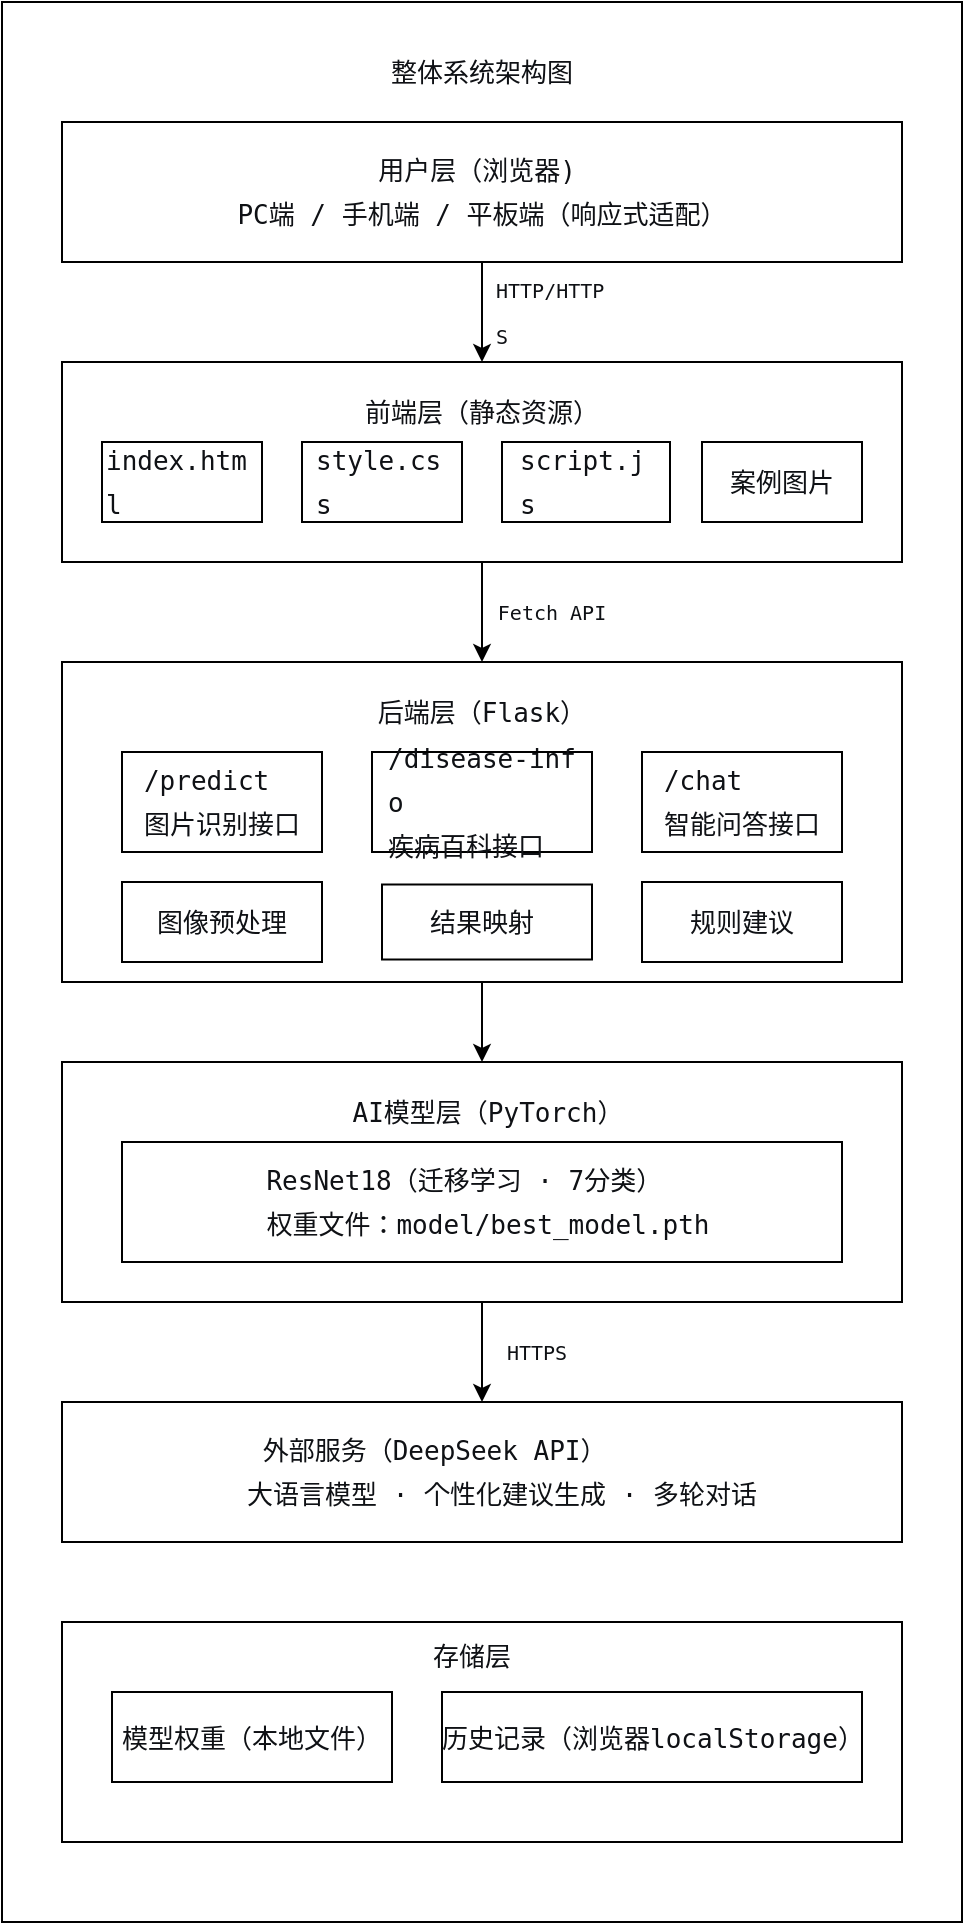
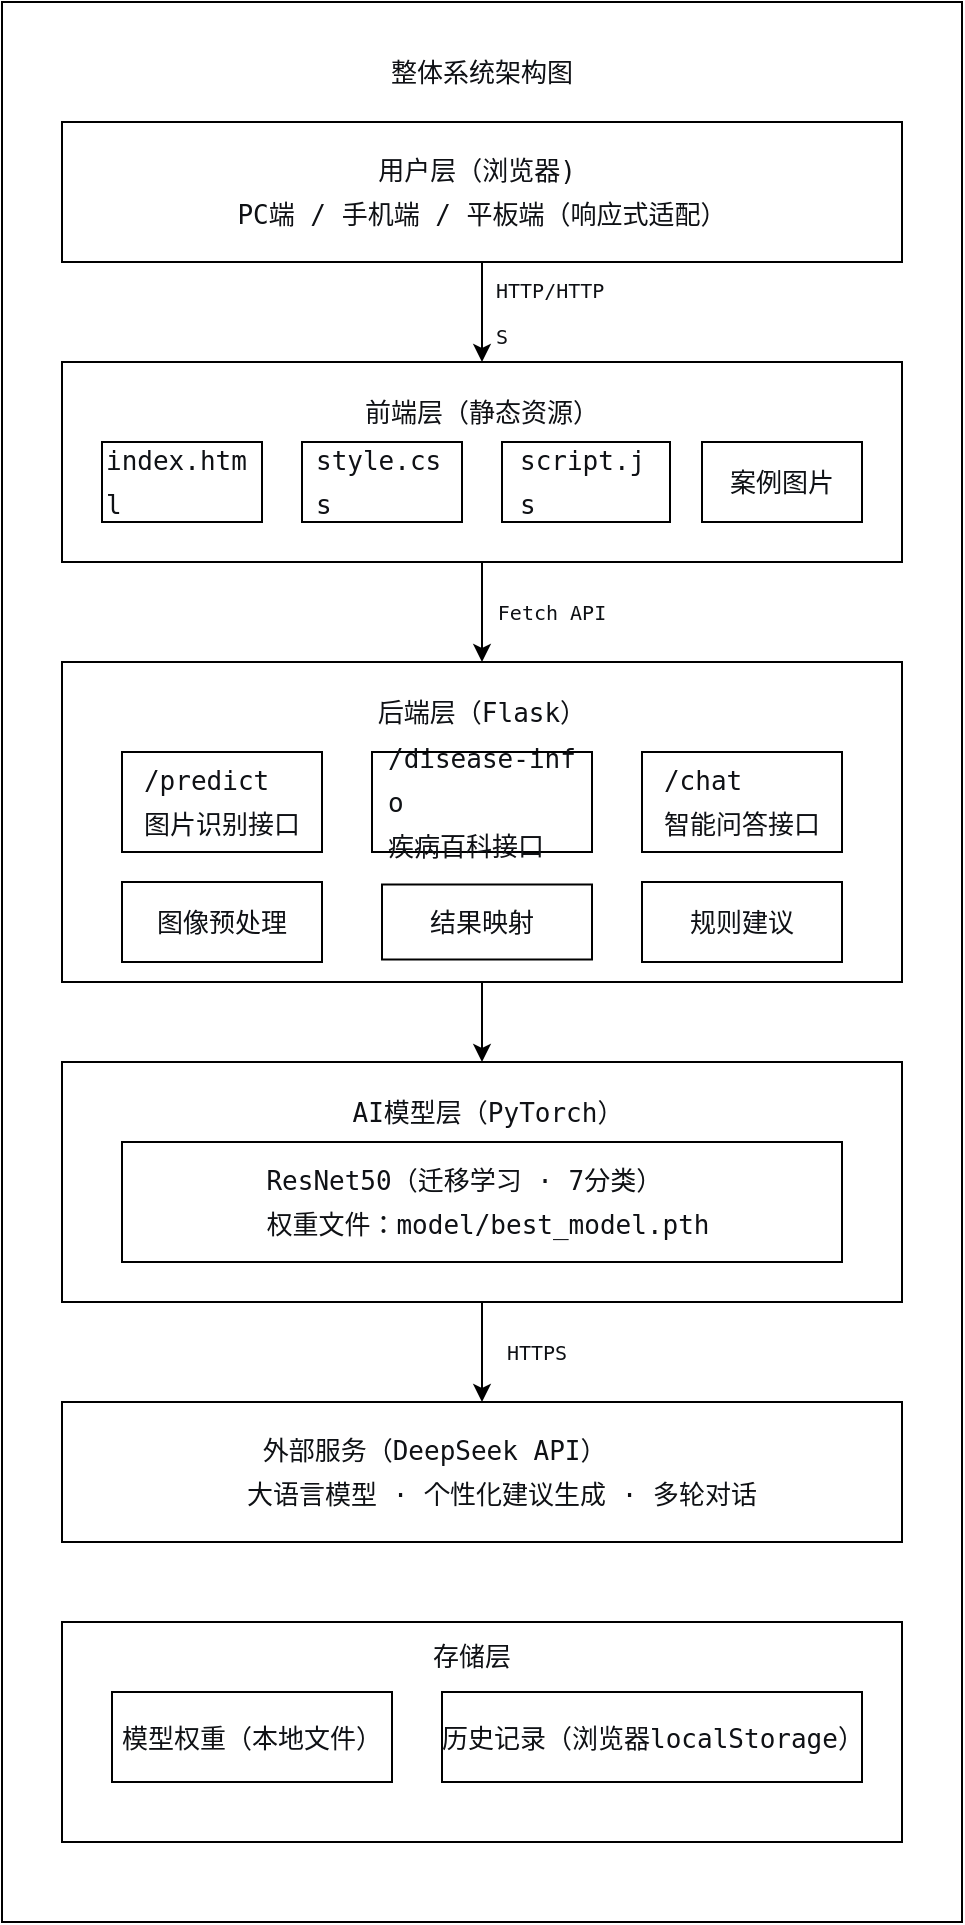
<mxfile host="app.diagrams.net">
  <diagram name="第 1 页" id="mS-341lgkgW4MZes72cV">
-     <mxGraphModel dx="986" dy="700" grid="1" gridSize="10" guides="1" tooltips="1" connect="1" arrows="1" fold="1" page="1" pageScale="1" pageWidth="827" pageHeight="1169" math="0" shadow="0">
+     <mxGraphModel dx="1409" dy="1000" grid="1" gridSize="10" guides="1" tooltips="1" connect="1" arrows="1" fold="1" page="1" pageScale="1" pageWidth="827" pageHeight="1169" math="0" shadow="0">
      <root>
        <mxCell id="0" />
        <mxCell id="1" parent="0" />
        <mxCell id="belzTmPUKU7O7NqV-zVO-1" parent="1" style="rounded=0;whiteSpace=wrap;html=1;" value="" vertex="1">
          <mxGeometry height="960" width="480" x="150" y="10" as="geometry" />
        </mxCell>
        <mxCell id="belzTmPUKU7O7NqV-zVO-10" edge="1" parent="1" source="belzTmPUKU7O7NqV-zVO-2" style="edgeStyle=orthogonalEdgeStyle;rounded=0;orthogonalLoop=1;jettySize=auto;html=1;" target="belzTmPUKU7O7NqV-zVO-3" value="">
          <mxGeometry relative="1" as="geometry" />
        </mxCell>
        <mxCell id="belzTmPUKU7O7NqV-zVO-2" parent="1" style="rounded=0;whiteSpace=wrap;html=1;" value="" vertex="1">
          <mxGeometry height="70" width="420" x="180" y="70" as="geometry" />
        </mxCell>
        <mxCell id="belzTmPUKU7O7NqV-zVO-22" edge="1" parent="1" source="belzTmPUKU7O7NqV-zVO-3" style="edgeStyle=orthogonalEdgeStyle;rounded=0;orthogonalLoop=1;jettySize=auto;html=1;" target="belzTmPUKU7O7NqV-zVO-4" value="">
          <mxGeometry relative="1" as="geometry" />
        </mxCell>
        <mxCell id="belzTmPUKU7O7NqV-zVO-3" parent="1" style="rounded=0;whiteSpace=wrap;html=1;" value="" vertex="1">
          <mxGeometry height="100" width="420" x="180" y="190" as="geometry" />
        </mxCell>
        <mxCell id="belzTmPUKU7O7NqV-zVO-39" edge="1" parent="1" source="belzTmPUKU7O7NqV-zVO-4" style="edgeStyle=orthogonalEdgeStyle;rounded=0;orthogonalLoop=1;jettySize=auto;html=1;" target="belzTmPUKU7O7NqV-zVO-6" value="">
          <mxGeometry relative="1" as="geometry" />
        </mxCell>
        <mxCell id="belzTmPUKU7O7NqV-zVO-4" parent="1" style="rounded=0;whiteSpace=wrap;html=1;" value="" vertex="1">
          <mxGeometry height="160" width="420" x="180" y="340" as="geometry" />
        </mxCell>
        <mxCell id="belzTmPUKU7O7NqV-zVO-5" parent="1" style="rounded=0;whiteSpace=wrap;html=1;" value="" vertex="1">
          <mxGeometry height="110" width="420" x="180" y="820" as="geometry" />
        </mxCell>
        <mxCell id="belzTmPUKU7O7NqV-zVO-40" edge="1" parent="1" source="belzTmPUKU7O7NqV-zVO-6" style="edgeStyle=orthogonalEdgeStyle;rounded=0;orthogonalLoop=1;jettySize=auto;html=1;" target="belzTmPUKU7O7NqV-zVO-7" value="">
          <mxGeometry relative="1" as="geometry" />
        </mxCell>
        <mxCell id="belzTmPUKU7O7NqV-zVO-6" parent="1" style="rounded=0;whiteSpace=wrap;html=1;" value="" vertex="1">
          <mxGeometry height="120" width="420" x="180" y="540" as="geometry" />
        </mxCell>
        <mxCell id="belzTmPUKU7O7NqV-zVO-7" parent="1" style="rounded=0;whiteSpace=wrap;html=1;" value="" vertex="1">
          <mxGeometry height="70" width="420" x="180" y="710" as="geometry" />
        </mxCell>
        <mxCell id="belzTmPUKU7O7NqV-zVO-8" parent="1" style="text;html=1;whiteSpace=wrap;strokeColor=none;fillColor=none;align=center;verticalAlign=middle;rounded=0;" value="&lt;pre style=&quot;font-style: normal; font-variant: normal; font-size-adjust: none; font-language-override: normal; font-kerning: auto; font-optical-sizing: auto; font-feature-settings: normal; font-variation-settings: normal; font-stretch: normal; font-size: 13px; line-height: 22px; font-family: Menlo, Monaco, Consolas, &amp;quot;Cascadia Mono&amp;quot;, &amp;quot;Ubuntu Mono&amp;quot;, &amp;quot;DejaVu Sans Mono&amp;quot;, &amp;quot;Liberation Mono&amp;quot;, &amp;quot;JetBrains Mono&amp;quot;, &amp;quot;Fira Code&amp;quot;, Cousine, &amp;quot;Roboto Mono&amp;quot;, &amp;quot;Courier New&amp;quot;, Courier, sans-serif, system-ui; overflow: auto; white-space: pre-wrap; word-break: break-all; padding: 16px; color: rgb(15, 17, 21); text-align: start; margin: 0px !important;&quot;&gt;整体系统架构图&lt;/pre&gt;" vertex="1">
          <mxGeometry height="30" width="140" x="320" y="30" as="geometry" />
        </mxCell>
        <mxCell id="belzTmPUKU7O7NqV-zVO-9" parent="1" style="text;html=1;whiteSpace=wrap;strokeColor=none;fillColor=none;align=center;verticalAlign=middle;rounded=0;" value="&lt;pre style=&quot;font-style: normal; font-variant: normal; font-size-adjust: none; font-language-override: normal; font-kerning: auto; font-optical-sizing: auto; font-feature-settings: normal; font-variation-settings: normal; font-stretch: normal; font-size: 13px; line-height: 22px; font-family: Menlo, Monaco, Consolas, &amp;quot;Cascadia Mono&amp;quot;, &amp;quot;Ubuntu Mono&amp;quot;, &amp;quot;DejaVu Sans Mono&amp;quot;, &amp;quot;Liberation Mono&amp;quot;, &amp;quot;JetBrains Mono&amp;quot;, &amp;quot;Fira Code&amp;quot;, Cousine, &amp;quot;Roboto Mono&amp;quot;, &amp;quot;Courier New&amp;quot;, Courier, sans-serif, system-ui; overflow: auto; white-space: pre-wrap; word-break: break-all; padding: 16px; color: rgb(15, 17, 21); text-align: start; margin: 0px !important;&quot;&gt;         用户层（浏览器)&lt;br&gt;PC端 / 手机端 / 平板端（响应式适配）&lt;/pre&gt;" vertex="1">
          <mxGeometry height="30" width="280" x="250" y="90" as="geometry" />
        </mxCell>
        <mxCell id="belzTmPUKU7O7NqV-zVO-12" parent="1" style="text;html=1;whiteSpace=wrap;strokeColor=none;fillColor=none;align=center;verticalAlign=middle;rounded=0;" value="&lt;pre style=&quot;font-style: normal; font-variant: normal; font-size-adjust: none; font-language-override: normal; font-kerning: auto; font-optical-sizing: auto; font-feature-settings: normal; font-variation-settings: normal; font-stretch: normal; line-height: 22px; font-family: Menlo, Monaco, Consolas, &amp;quot;Cascadia Mono&amp;quot;, &amp;quot;Ubuntu Mono&amp;quot;, &amp;quot;DejaVu Sans Mono&amp;quot;, &amp;quot;Liberation Mono&amp;quot;, &amp;quot;JetBrains Mono&amp;quot;, &amp;quot;Fira Code&amp;quot;, Cousine, &amp;quot;Roboto Mono&amp;quot;, &amp;quot;Courier New&amp;quot;, Courier, sans-serif, system-ui; overflow: auto; white-space: pre-wrap; word-break: break-all; padding: 16px; color: rgb(15, 17, 21); text-align: start; margin: 0px !important;&quot;&gt;&lt;font style=&quot;font-size: 10px;&quot;&gt;HTTP/HTTPS&lt;/font&gt;&lt;/pre&gt;" vertex="1">
          <mxGeometry height="30" width="90" x="380" y="150" as="geometry" />
        </mxCell>
        <mxCell id="belzTmPUKU7O7NqV-zVO-13" parent="1" style="text;html=1;whiteSpace=wrap;strokeColor=none;fillColor=none;align=center;verticalAlign=middle;rounded=0;" value="&lt;pre style=&quot;font-style: normal; font-variant: normal; font-size-adjust: none; font-language-override: normal; font-kerning: auto; font-optical-sizing: auto; font-feature-settings: normal; font-variation-settings: normal; font-stretch: normal; font-size: 13px; line-height: 22px; font-family: Menlo, Monaco, Consolas, &amp;quot;Cascadia Mono&amp;quot;, &amp;quot;Ubuntu Mono&amp;quot;, &amp;quot;DejaVu Sans Mono&amp;quot;, &amp;quot;Liberation Mono&amp;quot;, &amp;quot;JetBrains Mono&amp;quot;, &amp;quot;Fira Code&amp;quot;, Cousine, &amp;quot;Roboto Mono&amp;quot;, &amp;quot;Courier New&amp;quot;, Courier, sans-serif, system-ui; overflow: auto; white-space: pre-wrap; word-break: break-all; padding: 16px; color: rgb(15, 17, 21); text-align: start; margin: 0px !important;&quot;&gt;前端层（静态资源）&lt;/pre&gt;" vertex="1">
          <mxGeometry height="30" width="160" x="310" y="200" as="geometry" />
        </mxCell>
        <mxCell id="belzTmPUKU7O7NqV-zVO-14" parent="1" style="rounded=0;whiteSpace=wrap;html=1;" value="" vertex="1">
          <mxGeometry height="40" width="80" x="200" y="230" as="geometry" />
        </mxCell>
        <mxCell id="belzTmPUKU7O7NqV-zVO-15" parent="1" style="rounded=0;whiteSpace=wrap;html=1;" value="" vertex="1">
          <mxGeometry height="40" width="80" x="300" y="230" as="geometry" />
        </mxCell>
        <mxCell id="belzTmPUKU7O7NqV-zVO-16" parent="1" style="rounded=0;whiteSpace=wrap;html=1;" value="" vertex="1">
          <mxGeometry height="40" width="84" x="400" y="230" as="geometry" />
        </mxCell>
        <mxCell id="belzTmPUKU7O7NqV-zVO-17" parent="1" style="rounded=0;whiteSpace=wrap;html=1;" value="" vertex="1">
          <mxGeometry height="40" width="80" x="500" y="230" as="geometry" />
        </mxCell>
        <mxCell id="belzTmPUKU7O7NqV-zVO-18" parent="1" style="text;html=1;whiteSpace=wrap;strokeColor=none;fillColor=none;align=center;verticalAlign=middle;rounded=0;" value="&lt;pre style=&quot;font-style: normal; font-variant: normal; font-size-adjust: none; font-language-override: normal; font-kerning: auto; font-optical-sizing: auto; font-feature-settings: normal; font-variation-settings: normal; font-stretch: normal; font-size: 13px; line-height: 22px; font-family: Menlo, Monaco, Consolas, &amp;quot;Cascadia Mono&amp;quot;, &amp;quot;Ubuntu Mono&amp;quot;, &amp;quot;DejaVu Sans Mono&amp;quot;, &amp;quot;Liberation Mono&amp;quot;, &amp;quot;JetBrains Mono&amp;quot;, &amp;quot;Fira Code&amp;quot;, Cousine, &amp;quot;Roboto Mono&amp;quot;, &amp;quot;Courier New&amp;quot;, Courier, sans-serif, system-ui; overflow: auto; white-space: pre-wrap; word-break: break-all; padding: 16px; color: rgb(15, 17, 21); text-align: start; margin: 0px !important;&quot;&gt;index.html&lt;/pre&gt;" vertex="1">
          <mxGeometry height="30" width="110" x="185" y="235" as="geometry" />
        </mxCell>
        <mxCell id="belzTmPUKU7O7NqV-zVO-19" parent="1" style="text;html=1;whiteSpace=wrap;strokeColor=none;fillColor=none;align=center;verticalAlign=middle;rounded=0;" value="&lt;pre style=&quot;font-style: normal; font-variant: normal; font-size-adjust: none; font-language-override: normal; font-kerning: auto; font-optical-sizing: auto; font-feature-settings: normal; font-variation-settings: normal; font-stretch: normal; font-size: 13px; line-height: 22px; font-family: Menlo, Monaco, Consolas, &amp;quot;Cascadia Mono&amp;quot;, &amp;quot;Ubuntu Mono&amp;quot;, &amp;quot;DejaVu Sans Mono&amp;quot;, &amp;quot;Liberation Mono&amp;quot;, &amp;quot;JetBrains Mono&amp;quot;, &amp;quot;Fira Code&amp;quot;, Cousine, &amp;quot;Roboto Mono&amp;quot;, &amp;quot;Courier New&amp;quot;, Courier, sans-serif, system-ui; overflow: auto; white-space: pre-wrap; word-break: break-all; padding: 16px; color: rgb(15, 17, 21); text-align: start; margin: 0px !important;&quot;&gt;style.css&lt;/pre&gt;" vertex="1">
          <mxGeometry height="30" width="100" x="290" y="235" as="geometry" />
        </mxCell>
        <mxCell id="belzTmPUKU7O7NqV-zVO-20" parent="1" style="text;html=1;whiteSpace=wrap;strokeColor=none;fillColor=none;align=center;verticalAlign=middle;rounded=0;" value="&lt;pre style=&quot;font-style: normal; font-variant: normal; font-size-adjust: none; font-language-override: normal; font-kerning: auto; font-optical-sizing: auto; font-feature-settings: normal; font-variation-settings: normal; font-stretch: normal; font-size: 13px; line-height: 22px; font-family: Menlo, Monaco, Consolas, &amp;quot;Cascadia Mono&amp;quot;, &amp;quot;Ubuntu Mono&amp;quot;, &amp;quot;DejaVu Sans Mono&amp;quot;, &amp;quot;Liberation Mono&amp;quot;, &amp;quot;JetBrains Mono&amp;quot;, &amp;quot;Fira Code&amp;quot;, Cousine, &amp;quot;Roboto Mono&amp;quot;, &amp;quot;Courier New&amp;quot;, Courier, sans-serif, system-ui; overflow: auto; white-space: pre-wrap; word-break: break-all; padding: 16px; color: rgb(15, 17, 21); text-align: start; margin: 0px !important;&quot;&gt;script.js&lt;/pre&gt;" vertex="1">
          <mxGeometry height="30" width="100" x="392" y="235" as="geometry" />
        </mxCell>
        <mxCell id="belzTmPUKU7O7NqV-zVO-21" parent="1" style="text;html=1;whiteSpace=wrap;strokeColor=none;fillColor=none;align=center;verticalAlign=middle;rounded=0;" value="&lt;pre style=&quot;font-style: normal; font-variant: normal; font-size-adjust: none; font-language-override: normal; font-kerning: auto; font-optical-sizing: auto; font-feature-settings: normal; font-variation-settings: normal; font-stretch: normal; font-size: 13px; line-height: 22px; font-family: Menlo, Monaco, Consolas, &amp;quot;Cascadia Mono&amp;quot;, &amp;quot;Ubuntu Mono&amp;quot;, &amp;quot;DejaVu Sans Mono&amp;quot;, &amp;quot;Liberation Mono&amp;quot;, &amp;quot;JetBrains Mono&amp;quot;, &amp;quot;Fira Code&amp;quot;, Cousine, &amp;quot;Roboto Mono&amp;quot;, &amp;quot;Courier New&amp;quot;, Courier, sans-serif, system-ui; overflow: auto; white-space: pre-wrap; word-break: break-all; padding: 16px; color: rgb(15, 17, 21); text-align: start; margin: 0px !important;&quot;&gt;案例图片&lt;/pre&gt;" vertex="1">
          <mxGeometry height="30" width="90" x="495" y="235" as="geometry" />
        </mxCell>
        <mxCell id="belzTmPUKU7O7NqV-zVO-24" parent="1" style="text;html=1;whiteSpace=wrap;strokeColor=none;fillColor=none;align=center;verticalAlign=middle;rounded=0;" value="&lt;pre style=&quot;font-style: normal; font-variant: normal; font-size-adjust: none; font-language-override: normal; font-kerning: auto; font-optical-sizing: auto; font-feature-settings: normal; font-variation-settings: normal; font-stretch: normal; line-height: 22px; font-family: Menlo, Monaco, Consolas, &amp;quot;Cascadia Mono&amp;quot;, &amp;quot;Ubuntu Mono&amp;quot;, &amp;quot;DejaVu Sans Mono&amp;quot;, &amp;quot;Liberation Mono&amp;quot;, &amp;quot;JetBrains Mono&amp;quot;, &amp;quot;Fira Code&amp;quot;, Cousine, &amp;quot;Roboto Mono&amp;quot;, &amp;quot;Courier New&amp;quot;, Courier, sans-serif, system-ui; overflow: auto; white-space: pre-wrap; word-break: break-all; padding: 16px; color: rgb(15, 17, 21); text-align: start; margin: 0px !important;&quot;&gt;&lt;font style=&quot;font-size: 10px;&quot;&gt;Fetch API&lt;/font&gt;&lt;/pre&gt;" vertex="1">
          <mxGeometry height="30" width="100" x="375" y="300" as="geometry" />
        </mxCell>
        <mxCell id="belzTmPUKU7O7NqV-zVO-25" parent="1" style="text;html=1;whiteSpace=wrap;strokeColor=none;fillColor=none;align=center;verticalAlign=middle;rounded=0;" value="&lt;pre style=&quot;font-style: normal; font-variant: normal; font-size-adjust: none; font-language-override: normal; font-kerning: auto; font-optical-sizing: auto; font-feature-settings: normal; font-variation-settings: normal; font-stretch: normal; font-size: 13px; line-height: 22px; font-family: Menlo, Monaco, Consolas, &amp;quot;Cascadia Mono&amp;quot;, &amp;quot;Ubuntu Mono&amp;quot;, &amp;quot;DejaVu Sans Mono&amp;quot;, &amp;quot;Liberation Mono&amp;quot;, &amp;quot;JetBrains Mono&amp;quot;, &amp;quot;Fira Code&amp;quot;, Cousine, &amp;quot;Roboto Mono&amp;quot;, &amp;quot;Courier New&amp;quot;, Courier, sans-serif, system-ui; overflow: auto; white-space: pre-wrap; word-break: break-all; padding: 16px; color: rgb(15, 17, 21); text-align: start; margin: 0px !important;&quot;&gt;后端层（Flask）&lt;/pre&gt;" vertex="1">
          <mxGeometry height="30" width="140" x="320" y="350" as="geometry" />
        </mxCell>
        <mxCell id="belzTmPUKU7O7NqV-zVO-26" parent="1" style="rounded=0;whiteSpace=wrap;html=1;" value="" vertex="1">
          <mxGeometry height="50" width="100" x="210" y="385" as="geometry" />
        </mxCell>
        <mxCell id="belzTmPUKU7O7NqV-zVO-27" parent="1" style="text;html=1;whiteSpace=wrap;strokeColor=none;fillColor=none;align=center;verticalAlign=middle;rounded=0;" value="&lt;pre style=&quot;font-style: normal; font-variant: normal; font-size-adjust: none; font-language-override: normal; font-kerning: auto; font-optical-sizing: auto; font-feature-settings: normal; font-variation-settings: normal; font-stretch: normal; font-size: 13px; line-height: 22px; font-family: Menlo, Monaco, Consolas, &amp;quot;Cascadia Mono&amp;quot;, &amp;quot;Ubuntu Mono&amp;quot;, &amp;quot;DejaVu Sans Mono&amp;quot;, &amp;quot;Liberation Mono&amp;quot;, &amp;quot;JetBrains Mono&amp;quot;, &amp;quot;Fira Code&amp;quot;, Cousine, &amp;quot;Roboto Mono&amp;quot;, &amp;quot;Courier New&amp;quot;, Courier, sans-serif, system-ui; overflow: auto; white-space: pre-wrap; word-break: break-all; padding: 16px; color: rgb(15, 17, 21); text-align: start; margin: 0px !important;&quot;&gt;/predict&lt;br&gt;图片识别接口&lt;/pre&gt;" vertex="1">
          <mxGeometry height="40" width="120" x="200" y="390" as="geometry" />
        </mxCell>
        <mxCell id="belzTmPUKU7O7NqV-zVO-29" parent="1" style="rounded=0;whiteSpace=wrap;html=1;" value="" vertex="1">
          <mxGeometry height="50" width="110" x="335" y="385" as="geometry" />
        </mxCell>
        <mxCell id="belzTmPUKU7O7NqV-zVO-30" parent="1" style="text;html=1;whiteSpace=wrap;strokeColor=none;fillColor=none;align=center;verticalAlign=middle;rounded=0;" value="&lt;pre style=&quot;font-style: normal; font-variant: normal; font-size-adjust: none; font-language-override: normal; font-kerning: auto; font-optical-sizing: auto; font-feature-settings: normal; font-variation-settings: normal; font-stretch: normal; font-size: 13px; line-height: 22px; font-family: Menlo, Monaco, Consolas, &amp;quot;Cascadia Mono&amp;quot;, &amp;quot;Ubuntu Mono&amp;quot;, &amp;quot;DejaVu Sans Mono&amp;quot;, &amp;quot;Liberation Mono&amp;quot;, &amp;quot;JetBrains Mono&amp;quot;, &amp;quot;Fira Code&amp;quot;, Cousine, &amp;quot;Roboto Mono&amp;quot;, &amp;quot;Courier New&amp;quot;, Courier, sans-serif, system-ui; overflow: auto; white-space: pre-wrap; word-break: break-all; padding: 16px; color: rgb(15, 17, 21); text-align: start; margin: 0px !important;&quot;&gt;&lt;pre style=&quot;font-style: normal; font-variant: normal; font-size-adjust: none; font-language-override: normal; font-kerning: auto; font-optical-sizing: auto; font-feature-settings: normal; font-variation-settings: normal; font-stretch: normal; font-size: 13px; line-height: 22px; font-family: Menlo, Monaco, Consolas, &amp;quot;Cascadia Mono&amp;quot;, &amp;quot;Ubuntu Mono&amp;quot;, &amp;quot;DejaVu Sans Mono&amp;quot;, &amp;quot;Liberation Mono&amp;quot;, &amp;quot;JetBrains Mono&amp;quot;, &amp;quot;Fira Code&amp;quot;, Cousine, &amp;quot;Roboto Mono&amp;quot;, &amp;quot;Courier New&amp;quot;, Courier, sans-serif, system-ui; overflow: auto; white-space: pre-wrap; word-break: break-all; padding: 16px; margin: 0px !important;&quot;&gt;/disease-info&lt;br&gt;疾病百科接口&lt;/pre&gt;&lt;/pre&gt;" vertex="1">
          <mxGeometry height="40" width="160" x="310" y="390" as="geometry" />
        </mxCell>
        <mxCell id="belzTmPUKU7O7NqV-zVO-31" parent="1" style="rounded=0;whiteSpace=wrap;html=1;" value="" vertex="1">
          <mxGeometry height="50" width="100" x="470" y="385" as="geometry" />
        </mxCell>
        <mxCell id="belzTmPUKU7O7NqV-zVO-32" parent="1" style="text;html=1;whiteSpace=wrap;strokeColor=none;fillColor=none;align=center;verticalAlign=middle;rounded=0;" value="&lt;pre style=&quot;font-style: normal; font-variant: normal; font-size-adjust: none; font-language-override: normal; font-kerning: auto; font-optical-sizing: auto; font-feature-settings: normal; font-variation-settings: normal; font-stretch: normal; font-size: 13px; line-height: 22px; font-family: Menlo, Monaco, Consolas, &amp;quot;Cascadia Mono&amp;quot;, &amp;quot;Ubuntu Mono&amp;quot;, &amp;quot;DejaVu Sans Mono&amp;quot;, &amp;quot;Liberation Mono&amp;quot;, &amp;quot;JetBrains Mono&amp;quot;, &amp;quot;Fira Code&amp;quot;, Cousine, &amp;quot;Roboto Mono&amp;quot;, &amp;quot;Courier New&amp;quot;, Courier, sans-serif, system-ui; overflow: auto; white-space: pre-wrap; word-break: break-all; padding: 16px; color: rgb(15, 17, 21); text-align: start; margin: 0px !important;&quot;&gt;&lt;pre style=&quot;font-style: normal; font-variant: normal; font-size-adjust: none; font-language-override: normal; font-kerning: auto; font-optical-sizing: auto; font-feature-settings: normal; font-variation-settings: normal; font-stretch: normal; font-size: 13px; line-height: 22px; font-family: Menlo, Monaco, Consolas, &amp;quot;Cascadia Mono&amp;quot;, &amp;quot;Ubuntu Mono&amp;quot;, &amp;quot;DejaVu Sans Mono&amp;quot;, &amp;quot;Liberation Mono&amp;quot;, &amp;quot;JetBrains Mono&amp;quot;, &amp;quot;Fira Code&amp;quot;, Cousine, &amp;quot;Roboto Mono&amp;quot;, &amp;quot;Courier New&amp;quot;, Courier, sans-serif, system-ui; overflow: auto; white-space: pre-wrap; word-break: break-all; padding: 16px; margin: 0px !important;&quot;&gt;/chat&lt;br&gt;智能问答接口&lt;/pre&gt;&lt;/pre&gt;" vertex="1">
          <mxGeometry height="40" width="150" x="445" y="390" as="geometry" />
        </mxCell>
        <mxCell id="belzTmPUKU7O7NqV-zVO-35" parent="1" style="rounded=0;whiteSpace=wrap;html=1;" value="" vertex="1">
          <mxGeometry height="40" width="100" x="210" y="450" as="geometry" />
        </mxCell>
        <mxCell id="belzTmPUKU7O7NqV-zVO-36" parent="1" style="rounded=0;whiteSpace=wrap;html=1;" value="" vertex="1">
          <mxGeometry height="37.5" width="105" x="340" y="451.25" as="geometry" />
        </mxCell>
        <mxCell id="belzTmPUKU7O7NqV-zVO-37" parent="1" style="rounded=0;whiteSpace=wrap;html=1;" value="" vertex="1">
          <mxGeometry height="40" width="100" x="470" y="450" as="geometry" />
        </mxCell>
        <mxCell id="belzTmPUKU7O7NqV-zVO-34" parent="1" style="text;html=1;whiteSpace=wrap;strokeColor=none;fillColor=none;align=center;verticalAlign=middle;rounded=0;" value="&lt;pre style=&quot;font-style: normal; font-variant: normal; font-size-adjust: none; font-language-override: normal; font-kerning: auto; font-optical-sizing: auto; font-feature-settings: normal; font-variation-settings: normal; font-stretch: normal; font-size: 13px; line-height: 22px; font-family: Menlo, Monaco, Consolas, &amp;quot;Cascadia Mono&amp;quot;, &amp;quot;Ubuntu Mono&amp;quot;, &amp;quot;DejaVu Sans Mono&amp;quot;, &amp;quot;Liberation Mono&amp;quot;, &amp;quot;JetBrains Mono&amp;quot;, &amp;quot;Fira Code&amp;quot;, Cousine, &amp;quot;Roboto Mono&amp;quot;, &amp;quot;Courier New&amp;quot;, Courier, sans-serif, system-ui; overflow: auto; white-space: pre-wrap; word-break: break-all; padding: 16px; color: rgb(15, 17, 21); text-align: start; margin: 0px !important;&quot;&gt;结果映射&lt;/pre&gt;" vertex="1">
          <mxGeometry height="30" width="90" x="345" y="455" as="geometry" />
        </mxCell>
        <mxCell id="belzTmPUKU7O7NqV-zVO-33" parent="1" style="text;html=1;whiteSpace=wrap;strokeColor=none;fillColor=none;align=center;verticalAlign=middle;rounded=0;" value="&lt;pre style=&quot;font-style: normal; font-variant: normal; font-size-adjust: none; font-language-override: normal; font-kerning: auto; font-optical-sizing: auto; font-feature-settings: normal; font-variation-settings: normal; font-stretch: normal; font-size: 13px; line-height: 22px; font-family: Menlo, Monaco, Consolas, &amp;quot;Cascadia Mono&amp;quot;, &amp;quot;Ubuntu Mono&amp;quot;, &amp;quot;DejaVu Sans Mono&amp;quot;, &amp;quot;Liberation Mono&amp;quot;, &amp;quot;JetBrains Mono&amp;quot;, &amp;quot;Fira Code&amp;quot;, Cousine, &amp;quot;Roboto Mono&amp;quot;, &amp;quot;Courier New&amp;quot;, Courier, sans-serif, system-ui; overflow: auto; white-space: pre-wrap; word-break: break-all; padding: 16px; color: rgb(15, 17, 21); text-align: start; margin: 0px !important;&quot;&gt;图像预处理&lt;/pre&gt;" vertex="1">
          <mxGeometry height="30" width="100" x="210" y="455" as="geometry" />
        </mxCell>
        <mxCell id="belzTmPUKU7O7NqV-zVO-38" parent="1" style="text;html=1;whiteSpace=wrap;strokeColor=none;fillColor=none;align=center;verticalAlign=middle;rounded=0;" value="&lt;pre style=&quot;font-style: normal; font-variant: normal; font-size-adjust: none; font-language-override: normal; font-kerning: auto; font-optical-sizing: auto; font-feature-settings: normal; font-variation-settings: normal; font-stretch: normal; font-size: 13px; line-height: 22px; font-family: Menlo, Monaco, Consolas, &amp;quot;Cascadia Mono&amp;quot;, &amp;quot;Ubuntu Mono&amp;quot;, &amp;quot;DejaVu Sans Mono&amp;quot;, &amp;quot;Liberation Mono&amp;quot;, &amp;quot;JetBrains Mono&amp;quot;, &amp;quot;Fira Code&amp;quot;, Cousine, &amp;quot;Roboto Mono&amp;quot;, &amp;quot;Courier New&amp;quot;, Courier, sans-serif, system-ui; overflow: auto; white-space: pre-wrap; word-break: break-all; padding: 16px; color: rgb(15, 17, 21); text-align: start; margin: 0px !important;&quot;&gt;规则建议&lt;/pre&gt;" vertex="1">
          <mxGeometry height="30" width="90" x="475" y="455" as="geometry" />
        </mxCell>
        <mxCell id="belzTmPUKU7O7NqV-zVO-42" parent="1" style="text;html=1;whiteSpace=wrap;strokeColor=none;fillColor=none;align=center;verticalAlign=middle;rounded=0;" value="&lt;pre style=&quot;font-style: normal; font-variant: normal; font-size-adjust: none; font-language-override: normal; font-kerning: auto; font-optical-sizing: auto; font-feature-settings: normal; font-variation-settings: normal; font-stretch: normal; font-size: 13px; line-height: 22px; font-family: Menlo, Monaco, Consolas, &amp;quot;Cascadia Mono&amp;quot;, &amp;quot;Ubuntu Mono&amp;quot;, &amp;quot;DejaVu Sans Mono&amp;quot;, &amp;quot;Liberation Mono&amp;quot;, &amp;quot;JetBrains Mono&amp;quot;, &amp;quot;Fira Code&amp;quot;, Cousine, &amp;quot;Roboto Mono&amp;quot;, &amp;quot;Courier New&amp;quot;, Courier, sans-serif, system-ui; overflow: auto; white-space: pre-wrap; word-break: break-all; padding: 16px; color: rgb(15, 17, 21); text-align: start; margin: 0px !important;&quot;&gt;AI模型层（PyTorch）&lt;/pre&gt;" vertex="1">
          <mxGeometry height="30" width="170" x="307.5" y="550" as="geometry" />
        </mxCell>
        <mxCell id="belzTmPUKU7O7NqV-zVO-43" parent="1" style="rounded=0;whiteSpace=wrap;html=1;" value="" vertex="1">
          <mxGeometry height="60" width="360" x="210" y="580" as="geometry" />
        </mxCell>
-         <mxCell id="belzTmPUKU7O7NqV-zVO-45" parent="1" style="text;html=1;whiteSpace=wrap;strokeColor=none;fillColor=none;align=center;verticalAlign=middle;rounded=0;" value="&lt;pre style=&quot;font-style: normal; font-variant: normal; font-size-adjust: none; font-language-override: normal; font-kerning: auto; font-optical-sizing: auto; font-feature-settings: normal; font-variation-settings: normal; font-stretch: normal; font-size: 13px; line-height: 22px; font-family: Menlo, Monaco, Consolas, &amp;quot;Cascadia Mono&amp;quot;, &amp;quot;Ubuntu Mono&amp;quot;, &amp;quot;DejaVu Sans Mono&amp;quot;, &amp;quot;Liberation Mono&amp;quot;, &amp;quot;JetBrains Mono&amp;quot;, &amp;quot;Fira Code&amp;quot;, Cousine, &amp;quot;Roboto Mono&amp;quot;, &amp;quot;Courier New&amp;quot;, Courier, sans-serif, system-ui; overflow: auto; white-space: pre-wrap; word-break: break-all; padding: 16px; color: rgb(15, 17, 21); text-align: start; margin: 0px !important;&quot;&gt;ResNet18（迁移学习 · 7分类）&lt;br&gt;权重文件：model/best_model.pth&lt;/pre&gt;" vertex="1">
+         <mxCell id="belzTmPUKU7O7NqV-zVO-45" parent="1" style="text;html=1;whiteSpace=wrap;strokeColor=none;fillColor=none;align=center;verticalAlign=middle;rounded=0;" value="&lt;pre style=&quot;font-style: normal; font-variant: normal; font-size-adjust: none; font-language-override: normal; font-kerning: auto; font-optical-sizing: auto; font-feature-settings: normal; font-variation-settings: normal; font-stretch: normal; font-size: 13px; line-height: 22px; font-family: Menlo, Monaco, Consolas, &amp;quot;Cascadia Mono&amp;quot;, &amp;quot;Ubuntu Mono&amp;quot;, &amp;quot;DejaVu Sans Mono&amp;quot;, &amp;quot;Liberation Mono&amp;quot;, &amp;quot;JetBrains Mono&amp;quot;, &amp;quot;Fira Code&amp;quot;, Cousine, &amp;quot;Roboto Mono&amp;quot;, &amp;quot;Courier New&amp;quot;, Courier, sans-serif, system-ui; overflow: auto; white-space: pre-wrap; word-break: break-all; padding: 16px; color: rgb(15, 17, 21); text-align: start; margin: 0px !important;&quot;&gt;ResNet50（迁移学习 · 7分类）&lt;br&gt;权重文件：model/best_model.pth&lt;/pre&gt;" vertex="1">
          <mxGeometry height="50" width="320" x="232.5" y="585" as="geometry" />
        </mxCell>
        <mxCell id="belzTmPUKU7O7NqV-zVO-46" parent="1" style="text;html=1;whiteSpace=wrap;strokeColor=none;fillColor=none;align=center;verticalAlign=middle;rounded=0;" value="&lt;pre style=&quot;font-style: normal; font-variant: normal; font-size-adjust: none; font-language-override: normal; font-kerning: auto; font-optical-sizing: auto; font-feature-settings: normal; font-variation-settings: normal; font-stretch: normal; line-height: 22px; font-family: Menlo, Monaco, Consolas, &amp;quot;Cascadia Mono&amp;quot;, &amp;quot;Ubuntu Mono&amp;quot;, &amp;quot;DejaVu Sans Mono&amp;quot;, &amp;quot;Liberation Mono&amp;quot;, &amp;quot;JetBrains Mono&amp;quot;, &amp;quot;Fira Code&amp;quot;, Cousine, &amp;quot;Roboto Mono&amp;quot;, &amp;quot;Courier New&amp;quot;, Courier, sans-serif, system-ui; overflow: auto; white-space: pre-wrap; word-break: break-all; padding: 16px; color: rgb(15, 17, 21); text-align: start; margin: 0px !important;&quot;&gt;&lt;font style=&quot;font-size: 10px;&quot;&gt;HTTPS&lt;/font&gt;&lt;/pre&gt;" vertex="1">
          <mxGeometry height="30" width="85" x="375" y="670" as="geometry" />
        </mxCell>
        <mxCell id="belzTmPUKU7O7NqV-zVO-47" parent="1" style="text;html=1;whiteSpace=wrap;strokeColor=none;fillColor=none;align=center;verticalAlign=middle;rounded=0;" value="&lt;pre style=&quot;font-style: normal; font-variant: normal; font-size-adjust: none; font-language-override: normal; font-kerning: auto; font-optical-sizing: auto; font-feature-settings: normal; font-variation-settings: normal; font-stretch: normal; font-size: 13px; line-height: 22px; font-family: Menlo, Monaco, Consolas, &amp;quot;Cascadia Mono&amp;quot;, &amp;quot;Ubuntu Mono&amp;quot;, &amp;quot;DejaVu Sans Mono&amp;quot;, &amp;quot;Liberation Mono&amp;quot;, &amp;quot;JetBrains Mono&amp;quot;, &amp;quot;Fira Code&amp;quot;, Cousine, &amp;quot;Roboto Mono&amp;quot;, &amp;quot;Courier New&amp;quot;, Courier, sans-serif, system-ui; overflow: auto; white-space: pre-wrap; word-break: break-all; padding: 16px; color: rgb(15, 17, 21); text-align: start; margin: 0px !important;&quot;&gt; 外部服务（DeepSeek API）&lt;br&gt;大语言模型 · 个性化建议生成 · 多轮对话&lt;/pre&gt;" vertex="1">
          <mxGeometry height="45" width="300" x="250" y="722.5" as="geometry" />
        </mxCell>
        <mxCell id="belzTmPUKU7O7NqV-zVO-48" parent="1" style="text;html=1;whiteSpace=wrap;strokeColor=none;fillColor=none;align=center;verticalAlign=middle;rounded=0;" value="&#xa;&lt;pre style=&quot;font: 400 13px / 22px Menlo, Monaco, Consolas, &amp;quot;Cascadia Mono&amp;quot;, &amp;quot;Ubuntu Mono&amp;quot;, &amp;quot;DejaVu Sans Mono&amp;quot;, &amp;quot;Liberation Mono&amp;quot;, &amp;quot;JetBrains Mono&amp;quot;, &amp;quot;Fira Code&amp;quot;, Cousine, &amp;quot;Roboto Mono&amp;quot;, &amp;quot;Courier New&amp;quot;, Courier, sans-serif, system-ui; margin: 0px !important; overflow: auto; white-space: pre-wrap; word-break: break-all; padding: 16px; color: rgb(15, 17, 21); letter-spacing: normal; orphans: 2; text-align: start; text-indent: 0px; text-transform: none; widows: 2; word-spacing: 0px; -webkit-text-stroke-width: 0px; text-decoration-thickness: initial; text-decoration-style: initial; text-decoration-color: initial;&quot;&gt;&lt;span&gt;存储层&lt;/span&gt;&lt;/pre&gt;&#xa;&#xa;" vertex="1">
          <mxGeometry height="30" width="80" x="345" y="830" as="geometry" />
        </mxCell>
        <mxCell id="belzTmPUKU7O7NqV-zVO-49" parent="1" style="rounded=0;whiteSpace=wrap;html=1;" value="" vertex="1">
          <mxGeometry height="45" width="140" x="205" y="855" as="geometry" />
        </mxCell>
        <mxCell id="belzTmPUKU7O7NqV-zVO-50" parent="1" style="text;html=1;whiteSpace=wrap;strokeColor=none;fillColor=none;align=center;verticalAlign=middle;rounded=0;" value="&lt;pre style=&quot;font-style: normal; font-variant: normal; font-size-adjust: none; font-language-override: normal; font-kerning: auto; font-optical-sizing: auto; font-feature-settings: normal; font-variation-settings: normal; font-stretch: normal; font-size: 13px; line-height: 22px; font-family: Menlo, Monaco, Consolas, &amp;quot;Cascadia Mono&amp;quot;, &amp;quot;Ubuntu Mono&amp;quot;, &amp;quot;DejaVu Sans Mono&amp;quot;, &amp;quot;Liberation Mono&amp;quot;, &amp;quot;JetBrains Mono&amp;quot;, &amp;quot;Fira Code&amp;quot;, Cousine, &amp;quot;Roboto Mono&amp;quot;, &amp;quot;Courier New&amp;quot;, Courier, sans-serif, system-ui; overflow: auto; white-space: pre-wrap; word-break: break-all; padding: 16px; color: rgb(15, 17, 21); text-align: start; margin: 0px !important;&quot;&gt;模型权重（本地文件）&lt;/pre&gt;" vertex="1">
          <mxGeometry height="30" width="170" x="190" y="862.5" as="geometry" />
        </mxCell>
        <mxCell id="belzTmPUKU7O7NqV-zVO-51" parent="1" style="rounded=0;whiteSpace=wrap;html=1;" value="" vertex="1">
          <mxGeometry height="45" width="210" x="370" y="855" as="geometry" />
        </mxCell>
        <mxCell id="belzTmPUKU7O7NqV-zVO-52" parent="1" style="text;html=1;whiteSpace=wrap;strokeColor=none;fillColor=none;align=center;verticalAlign=middle;rounded=0;" value="&lt;pre style=&quot;font-style: normal; font-variant: normal; font-size-adjust: none; font-language-override: normal; font-kerning: auto; font-optical-sizing: auto; font-feature-settings: normal; font-variation-settings: normal; font-stretch: normal; font-size: 13px; line-height: 22px; font-family: Menlo, Monaco, Consolas, &amp;quot;Cascadia Mono&amp;quot;, &amp;quot;Ubuntu Mono&amp;quot;, &amp;quot;DejaVu Sans Mono&amp;quot;, &amp;quot;Liberation Mono&amp;quot;, &amp;quot;JetBrains Mono&amp;quot;, &amp;quot;Fira Code&amp;quot;, Cousine, &amp;quot;Roboto Mono&amp;quot;, &amp;quot;Courier New&amp;quot;, Courier, sans-serif, system-ui; overflow: auto; white-space: pre-wrap; word-break: break-all; padding: 16px; color: rgb(15, 17, 21); text-align: start; margin: 0px !important;&quot;&gt;历史记录（浏览器localStorage）&lt;/pre&gt;" vertex="1">
          <mxGeometry height="30" width="255" x="347.5" y="862.5" as="geometry" />
        </mxCell>
      </root>
    </mxGraphModel>
  </diagram>
</mxfile>
